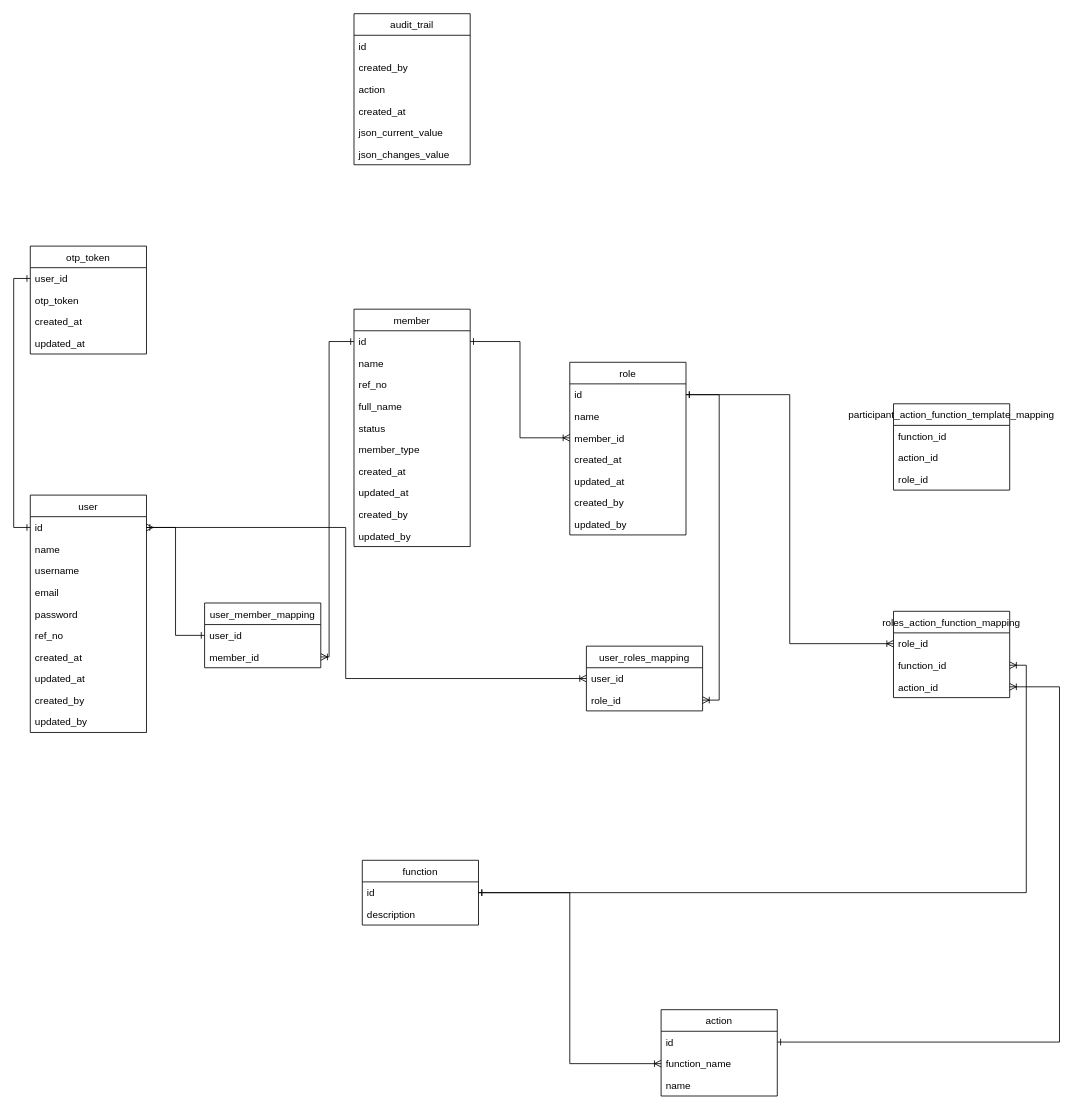
nazyie/central-bank-system-server keeps this draw.io diagram as page "Entity Diagram" (3 of 3) of documentation/design.drawio. Above is the earlier version. Source tidied: cells renumbered, new cells numbered last; positions are measured from the earlier drawing's top-left corner, leaving out a move shared by most shapes. Both pictures are drawn from the tidied source at 83%, with x=0, y=0 at pixel (30, 13).
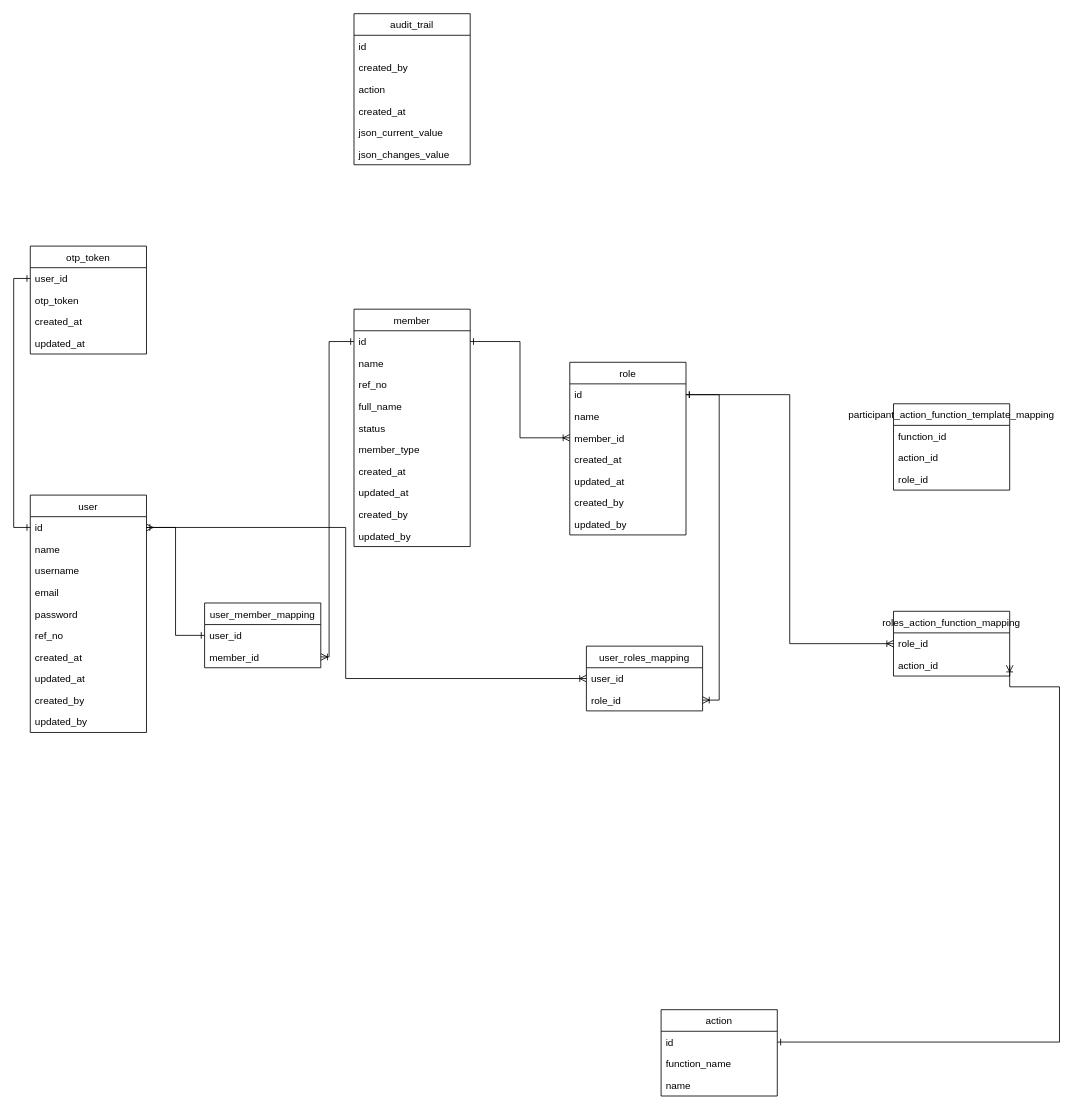
The same page after the edit.

Unchanged cells that the change refers to:
```xml
<mxCell id="59" value="function_name" style="text;strokeColor=none;fillColor=none;align=left;verticalAlign=top;spacingLeft=4;spacingRight=4;overflow=hidden;points=[[0,0.5],[1,0.5]];portConstraint=eastwest;" parent="57" vertex="1">
  <mxGeometry y="52" width="140" height="26" as="geometry" />
</mxCell>
```

The edit, as a diff of the source:
```diff
@@
-    <mxCell id="43" value="function" style="swimlane;fontStyle=0;horizontal=1;startSize=26;fillColor=none;" parent="1" vertex="1">
-      <mxGeometry x="400" y="1020" width="140" height="78" as="geometry" />
-    </mxCell>
-    <mxCell id="44" value="id" style="text;strokeColor=none;fillColor=none;align=left;verticalAlign=top;spacingLeft=4;spacingRight=4;overflow=hidden;points=[[0,0.5],[1,0.5]];portConstraint=eastwest;" parent="43" vertex="1">
-      <mxGeometry y="26" width="140" height="26" as="geometry" />
-    </mxCell>
-    <mxCell id="45" value="description" style="text;strokeColor=none;fillColor=none;align=left;verticalAlign=top;spacingLeft=4;spacingRight=4;overflow=hidden;" parent="43" vertex="1">
-      <mxGeometry y="52" width="140" height="26" as="geometry" />
-    </mxCell>
@@
     <mxCell id="52" value="roles_action_function_mapping" style="swimlane;fontStyle=0;horizontal=1;startSize=26;fillColor=none;" parent="1" vertex="1">
-      <mxGeometry x="1040" y="720" width="140" height="104" as="geometry" />
+      <mxGeometry x="1040" y="720" width="140" height="78" as="geometry" />
     </mxCell>
@@
-    <mxCell id="54" value="function_id" style="text;strokeColor=none;fillColor=none;align=left;verticalAlign=top;spacingLeft=4;spacingRight=4;overflow=hidden;points=[[0,0.5],[1,0.5]];portConstraint=eastwest;" parent="52" vertex="1">
-      <mxGeometry y="52" width="140" height="26" as="geometry" />
-    </mxCell>
     <mxCell id="55" value="action_id" style="text;strokeColor=none;fillColor=none;align=left;verticalAlign=top;spacingLeft=4;spacingRight=4;overflow=hidden;points=[[0,0.5],[1,0.5]];portConstraint=eastwest;" parent="52" vertex="1">
-      <mxGeometry y="78" width="140" height="26" as="geometry" />
+      <mxGeometry y="52" width="140" height="26" as="geometry" />
     </mxCell>
@@
-    <mxCell id="61" style="edgeStyle=orthogonalEdgeStyle;rounded=0;jettySize=auto;html=1;entryX=0;entryY=0.5;entryDx=0;entryDy=0;startArrow=ERone;startFill=0;endArrow=ERoneToMany;endFill=0;" parent="1" edge="1" source="44" target="59">
-      <mxGeometry relative="1" as="geometry" />
-    </mxCell>
-    <mxCell id="62" style="edgeStyle=orthogonalEdgeStyle;rounded=0;jettySize=auto;html=1;entryX=1;entryY=0.5;entryDx=0;entryDy=0;startArrow=ERone;startFill=0;endArrow=ERoneToMany;endFill=0;" parent="1" edge="1" source="44" target="54">
-      <mxGeometry relative="1" as="geometry" />
-    </mxCell>
```
